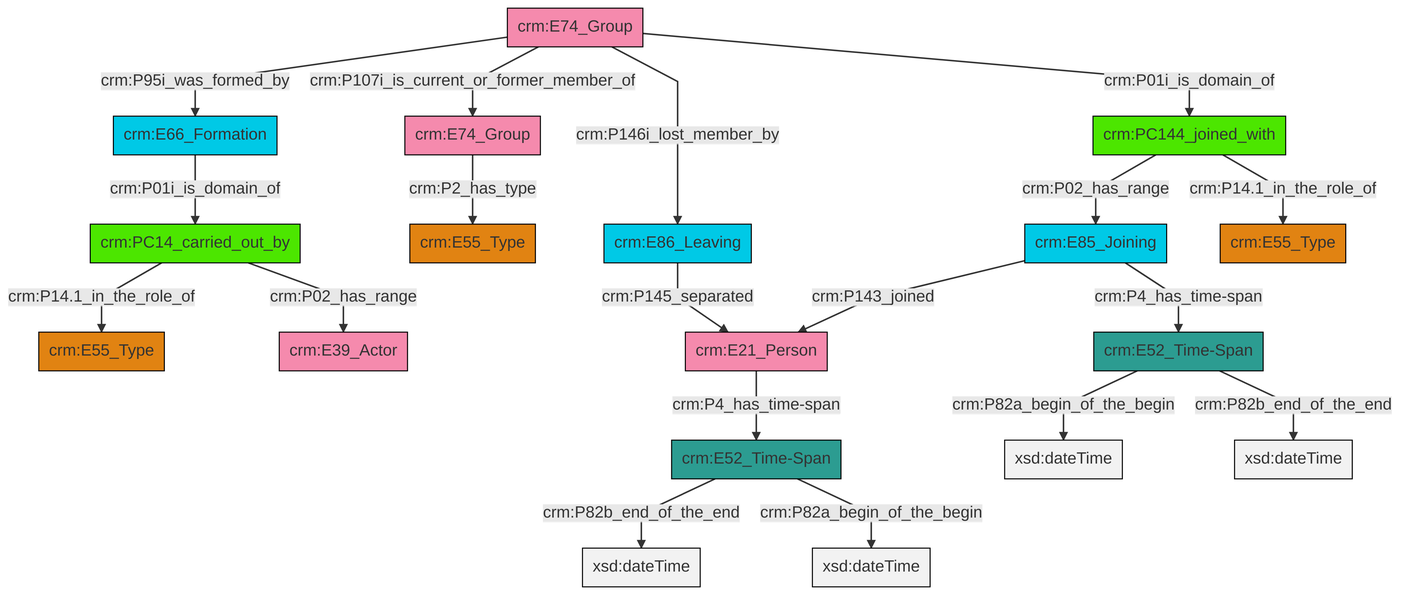
Earlier version of the Mermaid export et/groupCSV/ttl/mmd/png/group_actor_relations.png (swiss-art-research-net/reference-data-models). Its source is kept beside it as et/groupCSV/ttl/mmd/group_actor_relations.ttl.mmd.
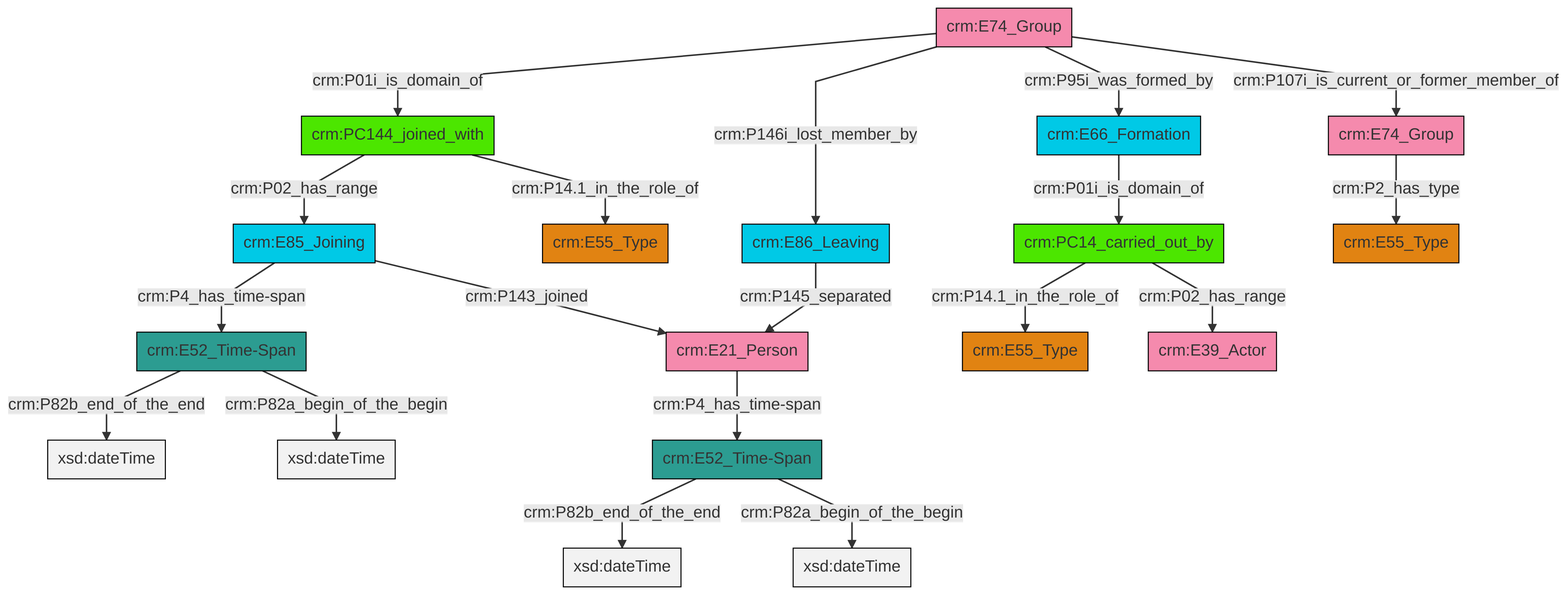
Above is the later version.

Diff of the diagram source:
```diff
@@ -13,21 +13,21 @@
 classDef PC_Classes fill:#4ce600, stroke:#000000;
 classDef Multi fill:#cccccc,stroke:#000000;
 
-0["crm:E74_Group"]:::Actor -->|crm:P95i_was_formed_by| 1["crm:E66_Formation"]:::Temporal_Entity
-2["crm:E52_Time-Span"]:::Time-Span -->|crm:P82a_begin_of_the_begin| 3[xsd:dateTime]:::Literal
-2["crm:E52_Time-Span"]:::Time-Span -->|crm:P82b_end_of_the_end| 5[xsd:dateTime]:::Literal
-8["crm:E86_Leaving"]:::Temporal_Entity -->|crm:P145_separated| 9["crm:E21_Person"]:::Actor
-10["crm:PC144_joined_with"]:::PC_Classes -->|crm:P02_has_range| 11["crm:E85_Joining"]:::Temporal_Entity
-10["crm:PC144_joined_with"]:::PC_Classes -->|crm:P14.1_in_the_role_of| 13["crm:E55_Type"]:::Type
-0["crm:E74_Group"]:::Actor -->|crm:P107i_is_current_or_former_member_of| 14["crm:E74_Group"]:::Actor
-9["crm:E21_Person"]:::Actor -->|crm:P4_has_time-span| 15["crm:E52_Time-Span"]:::Time-Span
-14["crm:E74_Group"]:::Actor -->|crm:P2_has_type| 6["crm:E55_Type"]:::Type
-11["crm:E85_Joining"]:::Temporal_Entity -->|crm:P143_joined| 9["crm:E21_Person"]:::Actor
-16["crm:PC14_carried_out_by"]:::PC_Classes -->|crm:P14.1_in_the_role_of| 17["crm:E55_Type"]:::Type
-15["crm:E52_Time-Span"]:::Time-Span -->|crm:P82b_end_of_the_end| 19[xsd:dateTime]:::Literal
-1["crm:E66_Formation"]:::Temporal_Entity -->|crm:P01i_is_domain_of| 16["crm:PC14_carried_out_by"]:::PC_Classes
-15["crm:E52_Time-Span"]:::Time-Span -->|crm:P82a_begin_of_the_begin| 22[xsd:dateTime]:::Literal
-16["crm:PC14_carried_out_by"]:::PC_Classes -->|crm:P02_has_range| 24["crm:E39_Actor"]:::Actor
-11["crm:E85_Joining"]:::Temporal_Entity -->|crm:P4_has_time-span| 2["crm:E52_Time-Span"]:::Time-Span
-0["crm:E74_Group"]:::Actor -->|crm:P146i_lost_member_by| 8["crm:E86_Leaving"]:::Temporal_Entity
-0["crm:E74_Group"]:::Actor -->|crm:P01i_is_domain_of| 10["crm:PC144_joined_with"]:::PC_Classes
+6["crm:E74_Group"]:::Actor -->|crm:P01i_is_domain_of| 0["crm:PC144_joined_with"]:::PC_Classes
+0["crm:PC144_joined_with"]:::PC_Classes -->|crm:P02_has_range| 7["crm:E85_Joining"]:::Temporal_Entity
+4["crm:E52_Time-Span"]:::Time-Span -->|crm:P82b_end_of_the_end| 10[xsd:dateTime]:::Literal
+11["crm:E86_Leaving"]:::Temporal_Entity -->|crm:P145_separated| 12["crm:E21_Person"]:::Actor
+15["crm:E66_Formation"]:::Temporal_Entity -->|crm:P01i_is_domain_of| 16["crm:PC14_carried_out_by"]:::PC_Classes
+6["crm:E74_Group"]:::Actor -->|crm:P146i_lost_member_by| 11["crm:E86_Leaving"]:::Temporal_Entity
+7["crm:E85_Joining"]:::Temporal_Entity -->|crm:P4_has_time-span| 18["crm:E52_Time-Span"]:::Time-Span
+4["crm:E52_Time-Span"]:::Time-Span -->|crm:P82a_begin_of_the_begin| 20[xsd:dateTime]:::Literal
+21["crm:E74_Group"]:::Actor -->|crm:P2_has_type| 2["crm:E55_Type"]:::Type
+6["crm:E74_Group"]:::Actor -->|crm:P95i_was_formed_by| 15["crm:E66_Formation"]:::Temporal_Entity
+16["crm:PC14_carried_out_by"]:::PC_Classes -->|crm:P14.1_in_the_role_of| 8["crm:E55_Type"]:::Type
+16["crm:PC14_carried_out_by"]:::PC_Classes -->|crm:P02_has_range| 26["crm:E39_Actor"]:::Actor
+12["crm:E21_Person"]:::Actor -->|crm:P4_has_time-span| 4["crm:E52_Time-Span"]:::Time-Span
+6["crm:E74_Group"]:::Actor -->|crm:P107i_is_current_or_former_member_of| 21["crm:E74_Group"]:::Actor
+18["crm:E52_Time-Span"]:::Time-Span -->|crm:P82b_end_of_the_end| 28[xsd:dateTime]:::Literal
+0["crm:PC144_joined_with"]:::PC_Classes -->|crm:P14.1_in_the_role_of| 13["crm:E55_Type"]:::Type
+18["crm:E52_Time-Span"]:::Time-Span -->|crm:P82a_begin_of_the_begin| 33[xsd:dateTime]:::Literal
+7["crm:E85_Joining"]:::Temporal_Entity -->|crm:P143_joined| 12["crm:E21_Person"]:::Actor
```
